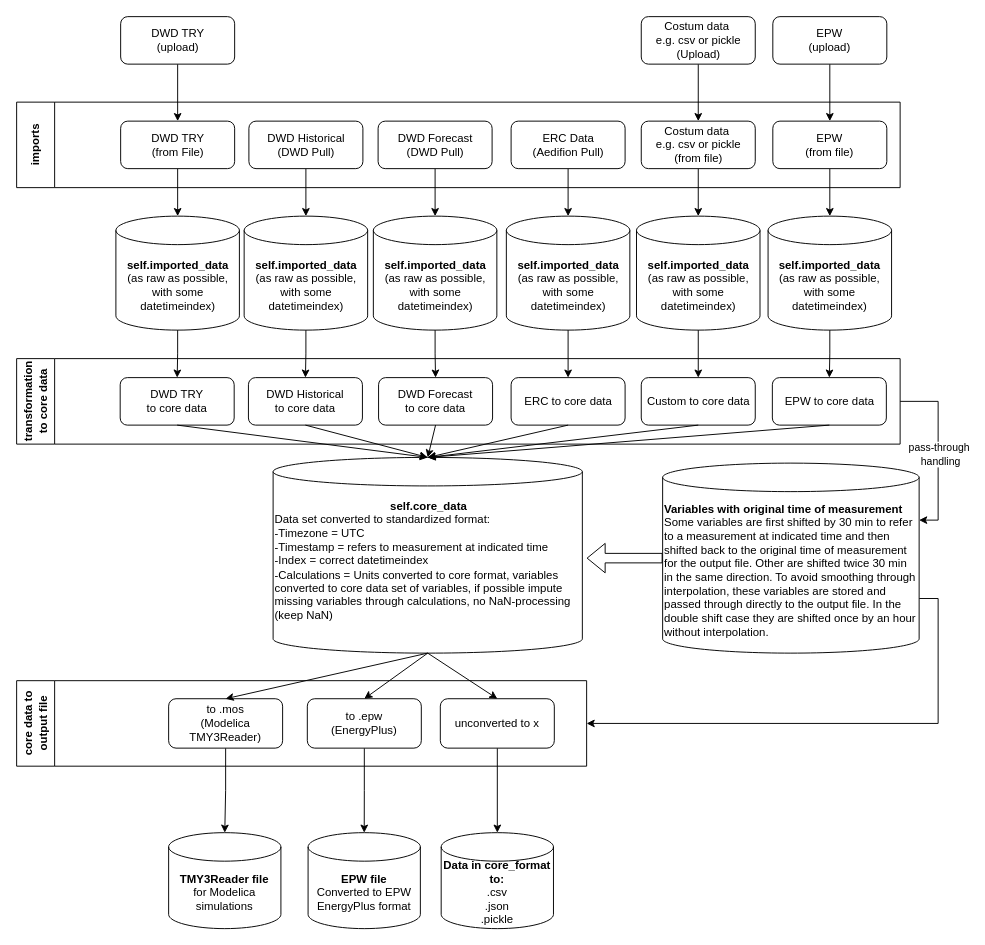
Earlier version of the draw.io diagram docs/Overview_WeatherTool.drawio (RWTH-EBC/AixWeather). Source tidied: cells renumbered, new cells numbered last; positions are measured from the earlier drawing's top-left corner, leaving out a move shared by most shapes. Both pictures are drawn from the tidied source at 95%, with x=0, y=0 at pixel (16, 16).
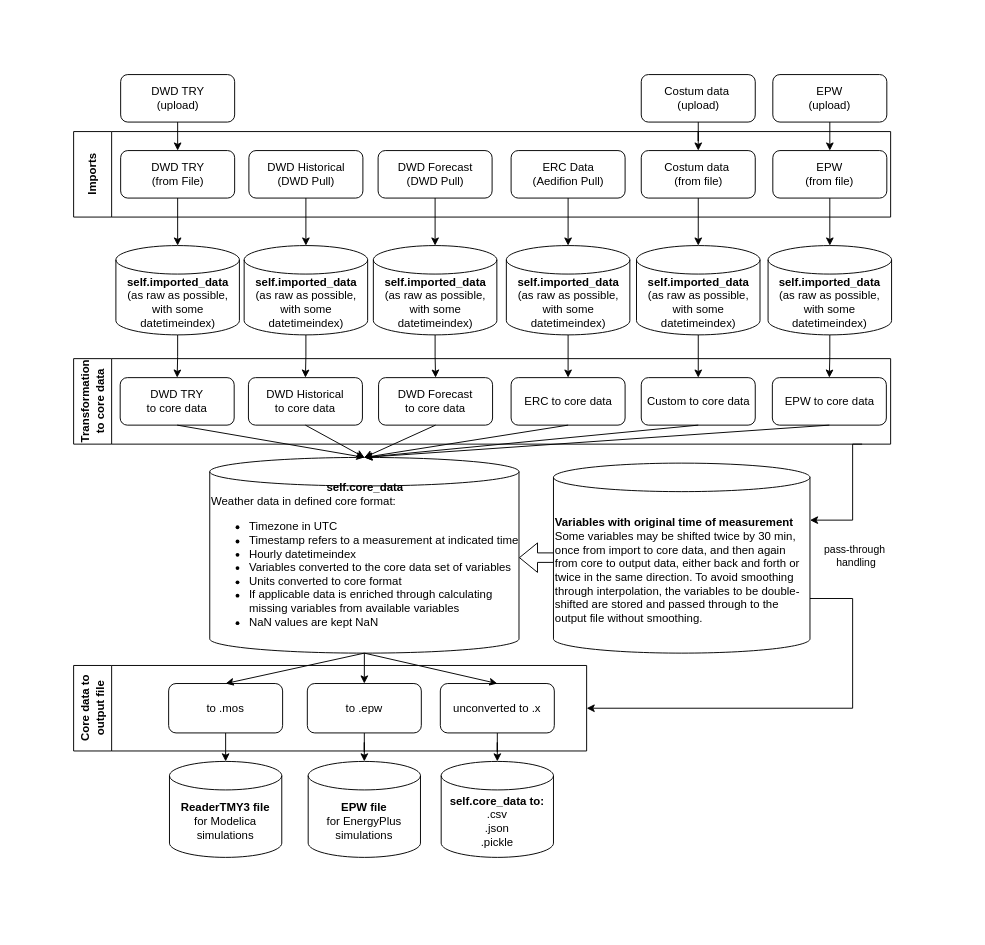
Above is the later version.

Change to the diagram source:
```diff
@@
+    <mxCell id="57" style="shape=flexArrow;endArrow=classic;html=1;rounded=0;exitX=0;exitY=0.5;exitDx=0;exitDy=0;exitPerimeter=0;" parent="1" edge="1">
+      <mxGeometry relative="1" as="geometry">
+        <mxPoint x="586.3" y="569.5" as="sourcePoint" />
+        <mxPoint x="528.8" y="569.5" as="targetPoint" />
+      </mxGeometry>
+    </mxCell>
@@
     <mxCell id="3" value="DWD Forecast&lt;br&gt;(DWD Pull)" style="rounded=1;whiteSpace=wrap;html=1;fontSize=12;glass=0;strokeWidth=1;shadow=0;" parent="1" vertex="1">
-      <mxGeometry x="380.5" y="110" width="120" height="50" as="geometry" />
+      <mxGeometry x="380.5" y="141" width="120" height="50" as="geometry" />
     </mxCell>
-    <mxCell id="4" value="&lt;div style=&quot;text-align: center;&quot;&gt;&lt;b style=&quot;background-color: initial; border-color: var(--border-color);&quot;&gt;self.core_data&lt;/b&gt;&lt;/div&gt;Data set converted to standardized format:&lt;br style=&quot;border-color: var(--border-color);&quot;&gt;-Timezone = UTC&lt;br style=&quot;border-color: var(--border-color);&quot;&gt;-Timestamp = refers to measurement at indicated time&lt;br&gt;-Index = correct datetimeindex&amp;nbsp;&lt;br style=&quot;border-color: var(--border-color);&quot;&gt;-Calculations = Units converted to core format,&amp;nbsp;variables converted to core data set of variables, if possible impute missing variables through calculations, no NaN-processing (keep NaN)&lt;br style=&quot;border-color: var(--border-color);&quot;&gt;&amp;nbsp;" style="shape=cylinder3;whiteSpace=wrap;html=1;boundedLbl=1;backgroundOutline=1;size=15;align=left;" parent="1" vertex="1">
-      <mxGeometry x="270" y="464" width="325.5" height="206" as="geometry" />
+    <mxCell id="4" value="&lt;div style=&quot;text-align: center;&quot;&gt;&lt;b style=&quot;background-color: initial; border-color: var(--border-color);&quot;&gt;self.core_data&lt;/b&gt;&lt;/div&gt;Weather data in defined core format:&lt;br&gt;&lt;ul&gt;&lt;li&gt;Timezone in UTC&lt;/li&gt;&lt;li&gt;Timestamp refers to a measurement at indicated time&lt;/li&gt;&lt;li&gt;Hourly datetimeindex&amp;nbsp;&lt;/li&gt;&lt;li&gt;Variables converted to the core data set of variables&lt;/li&gt;&lt;li&gt;Units converted to core format&lt;/li&gt;&lt;li&gt;If applicable data is enriched through calculating missing variables from available variables&lt;/li&gt;&lt;li&gt;&lt;span style=&quot;background-color: initial;&quot;&gt;NaN values are kept NaN&lt;/span&gt;&lt;/li&gt;&lt;/ul&gt;&lt;div&gt;&amp;nbsp;&lt;/div&gt;" style="shape=cylinder3;whiteSpace=wrap;html=1;boundedLbl=1;backgroundOutline=1;size=15;align=left;" parent="1" vertex="1">
+      <mxGeometry x="203.3" y="464" width="325.5" height="206" as="geometry" />
     </mxCell>
@@
     <mxCell id="6" value="DWD Historical&lt;br&gt;(DWD Pull)" style="rounded=1;whiteSpace=wrap;html=1;fontSize=12;glass=0;strokeWidth=1;shadow=0;" parent="1" vertex="1">
-      <mxGeometry x="244.5" y="110" width="120" height="50" as="geometry" />
+      <mxGeometry x="244.5" y="141" width="120" height="50" as="geometry" />
     </mxCell>
@@
     <mxCell id="8" value="DWD TRY&lt;br&gt;(from File)" style="rounded=1;whiteSpace=wrap;html=1;fontSize=12;glass=0;strokeWidth=1;shadow=0;" parent="1" vertex="1">
-      <mxGeometry x="109.5" y="110" width="120" height="50" as="geometry" />
+      <mxGeometry x="109.5" y="141" width="120" height="50" as="geometry" />
     </mxCell>
@@
     <mxCell id="10" value="ERC Data&lt;br&gt;(Aedifion Pull)" style="rounded=1;whiteSpace=wrap;html=1;fontSize=12;glass=0;strokeWidth=1;shadow=0;" parent="1" vertex="1">
-      <mxGeometry x="520.5" y="110" width="120" height="50" as="geometry" />
+      <mxGeometry x="520.5" y="141" width="120" height="50" as="geometry" />
     </mxCell>
@@
-    <mxCell id="12" value="Costum data&amp;nbsp;&lt;br&gt;e.g. csv or pickle&lt;br&gt;(from file)" style="rounded=1;whiteSpace=wrap;html=1;fontSize=12;glass=0;strokeWidth=1;shadow=0;" parent="1" vertex="1">
-      <mxGeometry x="657.5" y="110" width="120" height="50" as="geometry" />
+    <mxCell id="12" value="Costum data&amp;nbsp;&lt;br&gt;(from file)" style="rounded=1;whiteSpace=wrap;html=1;fontSize=12;glass=0;strokeWidth=1;shadow=0;" parent="1" vertex="1">
+      <mxGeometry x="657.5" y="141" width="120" height="50" as="geometry" />
     </mxCell>
@@
-    <mxCell id="14" value="to .mos &lt;br&gt;(Modelica TMY3Reader)" style="rounded=1;whiteSpace=wrap;html=1;fontSize=12;glass=0;strokeWidth=1;shadow=0;" parent="1" vertex="1">
-      <mxGeometry x="160" y="718" width="120" height="52" as="geometry" />
+    <mxCell id="14" value="to .mos" style="rounded=1;whiteSpace=wrap;html=1;fontSize=12;glass=0;strokeWidth=1;shadow=0;" parent="1" vertex="1">
+      <mxGeometry x="160" y="702" width="120" height="52" as="geometry" />
     </mxCell>
@@
-    <mxCell id="16" value="unconverted to x" style="rounded=1;whiteSpace=wrap;html=1;fontSize=12;glass=0;strokeWidth=1;shadow=0;" parent="1" vertex="1">
-      <mxGeometry x="446" y="718" width="120" height="52" as="geometry" />
+    <mxCell id="16" value="unconverted to .x" style="rounded=1;whiteSpace=wrap;html=1;fontSize=12;glass=0;strokeWidth=1;shadow=0;" parent="1" vertex="1">
+      <mxGeometry x="446" y="702" width="120" height="52" as="geometry" />
     </mxCell>
@@
-    <mxCell id="18" value="to .epw&lt;br&gt;(EnergyPlus)" style="rounded=1;whiteSpace=wrap;html=1;fontSize=12;glass=0;strokeWidth=1;shadow=0;" parent="1" vertex="1">
-      <mxGeometry x="306" y="718" width="120" height="52" as="geometry" />
+    <mxCell id="18" value="to .epw" style="rounded=1;whiteSpace=wrap;html=1;fontSize=12;glass=0;strokeWidth=1;shadow=0;" parent="1" vertex="1">
+      <mxGeometry x="306" y="702" width="120" height="52" as="geometry" />
     </mxCell>
@@
     <mxCell id="23" value="DWD TRY&lt;br&gt;(upload)" style="rounded=1;whiteSpace=wrap;html=1;fontSize=12;glass=0;strokeWidth=1;shadow=0;" parent="1" vertex="1">
-      <mxGeometry x="109.5" width="120" height="50" as="geometry" />
+      <mxGeometry x="109.5" y="61" width="120" height="50" as="geometry" />
     </mxCell>
@@
-    <mxCell id="25" value="Costum data&amp;nbsp;&lt;br&gt;e.g. csv or pickle&lt;br&gt;(Upload)" style="rounded=1;whiteSpace=wrap;html=1;fontSize=12;glass=0;strokeWidth=1;shadow=0;" parent="1" vertex="1">
-      <mxGeometry x="657.5" width="120" height="50" as="geometry" />
+    <mxCell id="25" value="Costum data&amp;nbsp;&lt;br&gt;(upload)" style="rounded=1;whiteSpace=wrap;html=1;fontSize=12;glass=0;strokeWidth=1;shadow=0;" parent="1" vertex="1">
+      <mxGeometry x="657.5" y="61" width="120" height="50" as="geometry" />
     </mxCell>
@@
     <mxCell id="27" value="&lt;b&gt;self.imported_data&lt;/b&gt;&lt;br&gt;(as raw as possible, with some datetimeindex)" style="shape=cylinder3;whiteSpace=wrap;html=1;boundedLbl=1;backgroundOutline=1;size=15;" parent="1" vertex="1">
-      <mxGeometry x="104.5" y="210" width="130" height="120" as="geometry" />
+      <mxGeometry x="104.5" y="241" width="130" height="94" as="geometry" />
     </mxCell>
-    <mxCell id="28" value="&lt;b&gt;TMY3Reader file&lt;br&gt;&lt;/b&gt;for Modelica simulations" style="shape=cylinder3;whiteSpace=wrap;html=1;boundedLbl=1;backgroundOutline=1;size=15;" parent="1" vertex="1">
-      <mxGeometry x="160" y="859" width="118.2" height="101" as="geometry" />
+    <mxCell id="28" value="&lt;b&gt;ReaderTMY3 file&lt;br&gt;&lt;/b&gt;for Modelica simulations" style="shape=cylinder3;whiteSpace=wrap;html=1;boundedLbl=1;backgroundOutline=1;size=15;" parent="1" vertex="1">
+      <mxGeometry x="160.9" y="784" width="118.2" height="101" as="geometry" />
     </mxCell>
-    <mxCell id="29" value="&lt;b&gt;EPW file&lt;br&gt;&lt;/b&gt;Converted to EPW EnergyPlus format&lt;b&gt;&lt;br&gt;&lt;/b&gt;" style="shape=cylinder3;whiteSpace=wrap;html=1;boundedLbl=1;backgroundOutline=1;size=15;" parent="1" vertex="1">
-      <mxGeometry x="306.8" y="859" width="118.2" height="101" as="geometry" />
+    <mxCell id="29" value="&lt;b&gt;EPW file&lt;br&gt;&lt;/b&gt;for EnergyPlus simulations&lt;b&gt;&lt;br&gt;&lt;/b&gt;" style="shape=cylinder3;whiteSpace=wrap;html=1;boundedLbl=1;backgroundOutline=1;size=15;" parent="1" vertex="1">
+      <mxGeometry x="306.9" y="784" width="118.2" height="101" as="geometry" />
     </mxCell>
-    <mxCell id="30" value="&lt;b&gt;Data in core_format to:&lt;br&gt;&lt;/b&gt;.csv&lt;br&gt;.json&lt;br&gt;.pickle&lt;b&gt;&lt;br&gt;&lt;/b&gt;" style="shape=cylinder3;whiteSpace=wrap;html=1;boundedLbl=1;backgroundOutline=1;size=15;" parent="1" vertex="1">
-      <mxGeometry x="446.9" y="859" width="118.2" height="101" as="geometry" />
+    <mxCell id="30" value="&lt;b&gt;self.core_data to:&lt;br&gt;&lt;/b&gt;.csv&lt;br&gt;.json&lt;br&gt;.pickle&lt;b&gt;&lt;br&gt;&lt;/b&gt;" style="shape=cylinder3;whiteSpace=wrap;html=1;boundedLbl=1;backgroundOutline=1;size=15;" parent="1" vertex="1">
+      <mxGeometry x="446.9" y="784" width="118.2" height="101" as="geometry" />
     </mxCell>
@@
     <mxCell id="32" value="&lt;b&gt;self.imported_data&lt;/b&gt;&lt;br&gt;(as raw as possible, with some datetimeindex)" style="shape=cylinder3;whiteSpace=wrap;html=1;boundedLbl=1;backgroundOutline=1;size=15;" parent="1" vertex="1">
-      <mxGeometry x="239.5" y="210" width="130" height="120" as="geometry" />
+      <mxGeometry x="239.5" y="241" width="130" height="94" as="geometry" />
     </mxCell>
@@
     <mxCell id="34" value="&lt;b&gt;self.imported_data&lt;/b&gt;&lt;br&gt;(as raw as possible, with some datetimeindex)" style="shape=cylinder3;whiteSpace=wrap;html=1;boundedLbl=1;backgroundOutline=1;size=15;" parent="1" vertex="1">
-      <mxGeometry x="375.5" y="210" width="130" height="120" as="geometry" />
+      <mxGeometry x="375.5" y="241" width="130" height="94" as="geometry" />
     </mxCell>
@@
     <mxCell id="36" value="&lt;b&gt;self.imported_data&lt;/b&gt;&lt;br&gt;(as raw as possible, with some datetimeindex)" style="shape=cylinder3;whiteSpace=wrap;html=1;boundedLbl=1;backgroundOutline=1;size=15;" parent="1" vertex="1">
-      <mxGeometry x="515.5" y="210" width="130" height="120" as="geometry" />
+      <mxGeometry x="515.5" y="241" width="130" height="94" as="geometry" />
     </mxCell>
     <mxCell id="37" value="&lt;b&gt;self.imported_data&lt;/b&gt;&lt;br&gt;(as raw as possible, with some datetimeindex)" style="shape=cylinder3;whiteSpace=wrap;html=1;boundedLbl=1;backgroundOutline=1;size=15;" parent="1" vertex="1">
-      <mxGeometry x="652.5" y="210" width="130" height="120" as="geometry" />
+      <mxGeometry x="652.5" y="241" width="130" height="94" as="geometry" />
     </mxCell>
@@
-    <mxCell id="42" value="imports" style="swimlane;horizontal=0;whiteSpace=wrap;html=1;startSize=40;" parent="1" vertex="1">
-      <mxGeometry y="90" width="930" height="90" as="geometry" />
+    <mxCell id="42" value="Imports" style="swimlane;horizontal=0;whiteSpace=wrap;html=1;startSize=40;" parent="1" vertex="1">
+      <mxGeometry x="60" y="121" width="860" height="90" as="geometry" />
     </mxCell>
-    <mxCell id="43" style="edgeStyle=orthogonalEdgeStyle;rounded=0;jettySize=auto;html=1;exitX=1;exitY=0.5;exitDx=0;exitDy=0;entryX=1;entryY=0;entryDx=0;entryDy=60;entryPerimeter=0;" parent="1" edge="1" source="45" target="56">
+    <mxCell id="43" style="edgeStyle=orthogonalEdgeStyle;rounded=0;jettySize=auto;html=1;entryX=1;entryY=0;entryDx=0;entryDy=60;entryPerimeter=0;" parent="1" edge="1" target="56">
       <mxGeometry relative="1" as="geometry">
+        <mxPoint x="890" y="450" as="sourcePoint" />
         <Array as="points">
-          <mxPoint x="970" y="405" />
-          <mxPoint x="970" y="530" />
+          <mxPoint x="880" y="450" />
+          <mxPoint x="880" y="530" />
         </Array>
       </mxGeometry>
     </mxCell>
     <mxCell id="44" value="pass-through&lt;br&gt;&amp;nbsp;handling" style="edgeLabel;html=1;align=center;verticalAlign=middle;" parent="43" vertex="1">
       <mxGeometry x="0.5" y="3" relative="1" as="geometry">
-        <mxPoint x="-3" y="-44" as="offset" />
+        <mxPoint x="12" y="34" as="offset" />
       </mxGeometry>
     </mxCell>
-    <mxCell id="45" value="transformation &lt;br&gt;to core data" style="swimlane;horizontal=0;whiteSpace=wrap;html=1;startSize=40;" parent="1" vertex="1">
-      <mxGeometry y="360" width="930" height="90" as="geometry" />
+    <mxCell id="45" value="Transformation &lt;br&gt;to core data" style="swimlane;horizontal=0;whiteSpace=wrap;html=1;startSize=40;" parent="1" vertex="1">
+      <mxGeometry x="60" y="360" width="860" height="90" as="geometry" />
     </mxCell>
     <mxCell id="46" value="Custom to core data" style="rounded=1;whiteSpace=wrap;html=1;fontSize=12;glass=0;strokeWidth=1;shadow=0;" parent="45" vertex="1">
-      <mxGeometry x="657.5" y="20" width="120" height="50" as="geometry" />
+      <mxGeometry x="597.5" y="20" width="120" height="50" as="geometry" />
     </mxCell>
-    <mxCell id="47" value="core data to&lt;br&gt;output file" style="swimlane;horizontal=0;whiteSpace=wrap;html=1;startSize=40;" parent="1" vertex="1">
-      <mxGeometry y="699" width="600" height="90" as="geometry" />
+    <mxCell id="47" value="Core data to&lt;br&gt;output file" style="swimlane;horizontal=0;whiteSpace=wrap;html=1;startSize=40;" parent="1" vertex="1">
+      <mxGeometry x="60" y="683" width="540" height="90" as="geometry" />
     </mxCell>
@@
     <mxCell id="49" value="EPW&lt;br&gt;(from file)" style="rounded=1;whiteSpace=wrap;html=1;fontSize=12;glass=0;strokeWidth=1;shadow=0;" parent="1" vertex="1">
-      <mxGeometry x="796" y="110" width="120" height="50" as="geometry" />
+      <mxGeometry x="796" y="141" width="120" height="50" as="geometry" />
     </mxCell>
@@
     <mxCell id="51" value="EPW&lt;br&gt;(upload)" style="rounded=1;whiteSpace=wrap;html=1;fontSize=12;glass=0;strokeWidth=1;shadow=0;" parent="1" vertex="1">
-      <mxGeometry x="796" width="120" height="50" as="geometry" />
+      <mxGeometry x="796" y="61" width="120" height="50" as="geometry" />
     </mxCell>
@@
     <mxCell id="53" value="&lt;b&gt;self.imported_data&lt;/b&gt;&lt;br&gt;(as raw as possible, with some datetimeindex)" style="shape=cylinder3;whiteSpace=wrap;html=1;boundedLbl=1;backgroundOutline=1;size=15;" parent="1" vertex="1">
-      <mxGeometry x="791" y="210" width="130" height="120" as="geometry" />
+      <mxGeometry x="791" y="241" width="130" height="94" as="geometry" />
     </mxCell>
@@
     <mxCell id="55" style="edgeStyle=orthogonalEdgeStyle;rounded=0;jettySize=auto;html=1;exitX=1;exitY=0;exitDx=0;exitDy=142.5;exitPerimeter=0;entryX=1;entryY=0.5;entryDx=0;entryDy=0;" parent="1" edge="1" source="56" target="47">
-      <mxGeometry relative="1" as="geometry" />
+      <mxGeometry relative="1" as="geometry">
+        <Array as="points">
+          <mxPoint x="880" y="612" />
+          <mxPoint x="880" y="728" />
+        </Array>
+      </mxGeometry>
     </mxCell>
-    <mxCell id="56" value="&lt;b&gt;Variables with original time of measurement&lt;/b&gt;&lt;br&gt;Some variables are first shifted by 30 min to refer to a measurement at indicated time and then shifted back to the original time of measurement for the output file. Other are shifted twice 30 min in the same direction. To avoid smoothing through interpolation, these variables are stored and passed through directly to the output file. In the double shift case they are shifted once by an hour without interpolation." style="shape=cylinder3;whiteSpace=wrap;html=1;boundedLbl=1;backgroundOutline=1;size=15;align=left;" parent="1" vertex="1">
-      <mxGeometry x="680" y="470" width="270" height="200" as="geometry" />
+    <mxCell id="56" value="&lt;b&gt;Variables with original time of measurement&lt;/b&gt;&lt;br&gt;Some variables may be shifted twice by 30 min, once from import to core data, and then again from core to output data, either back and forth or twice in the same direction. To avoid smoothing through interpolation, the variables to be double-shifted are stored and passed through to the output file without smoothing.&amp;nbsp;" style="shape=cylinder3;whiteSpace=wrap;html=1;boundedLbl=1;backgroundOutline=1;size=15;align=left;" parent="1" vertex="1">
+      <mxGeometry x="565.1" y="470" width="270" height="200" as="geometry" />
     </mxCell>
-    <mxCell id="57" style="shape=flexArrow;endArrow=classic;html=1;rounded=0;exitX=0;exitY=0.5;exitDx=0;exitDy=0;exitPerimeter=0;" parent="1" edge="1" source="56">
-      <mxGeometry relative="1" as="geometry">
-        <mxPoint x="600" y="570" as="targetPoint" />
-      </mxGeometry>
-    </mxCell>
```
